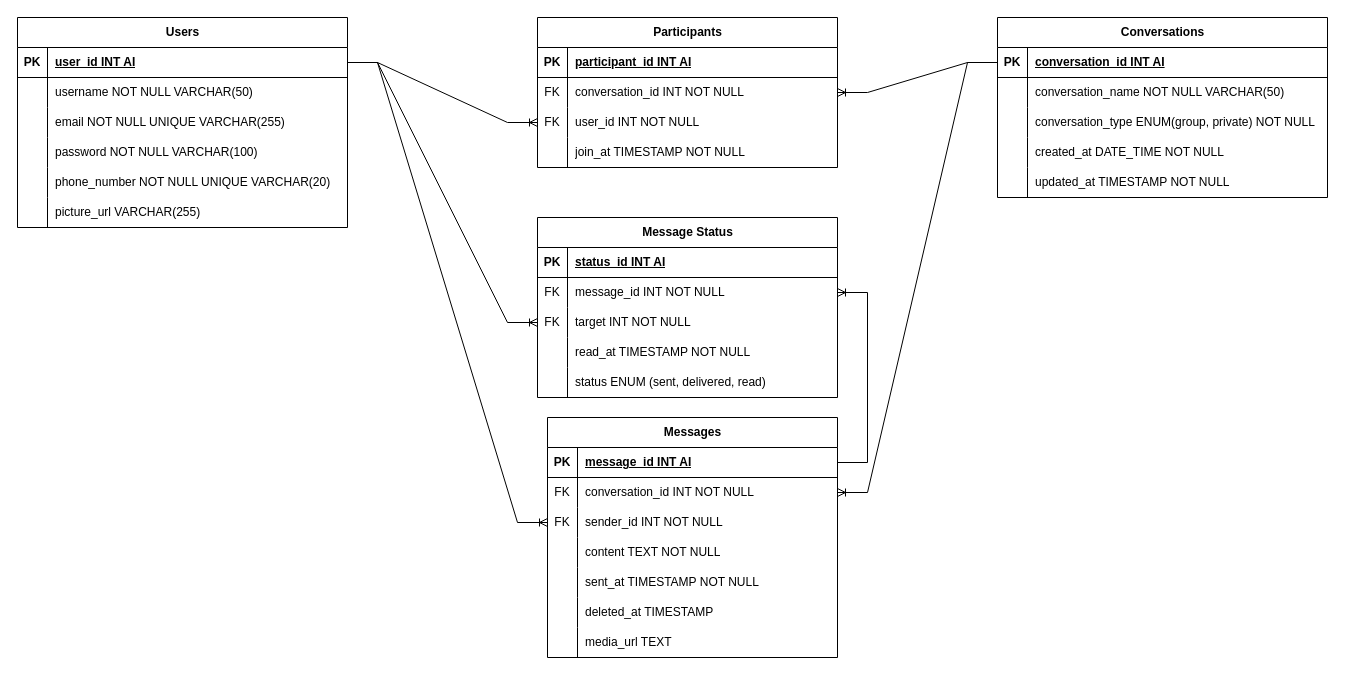
Before: system_design/drawIO.drawio in ysmnababan/naniApp, a draw.io diagram. Source tidied: cells renumbered, new cells numbered last; positions are measured from the earlier drawing's top-left corner, leaving out a move shared by most shapes. Both pictures are drawn from the tidied source at 100%, with x=0, y=0 at pixel (17, 17).
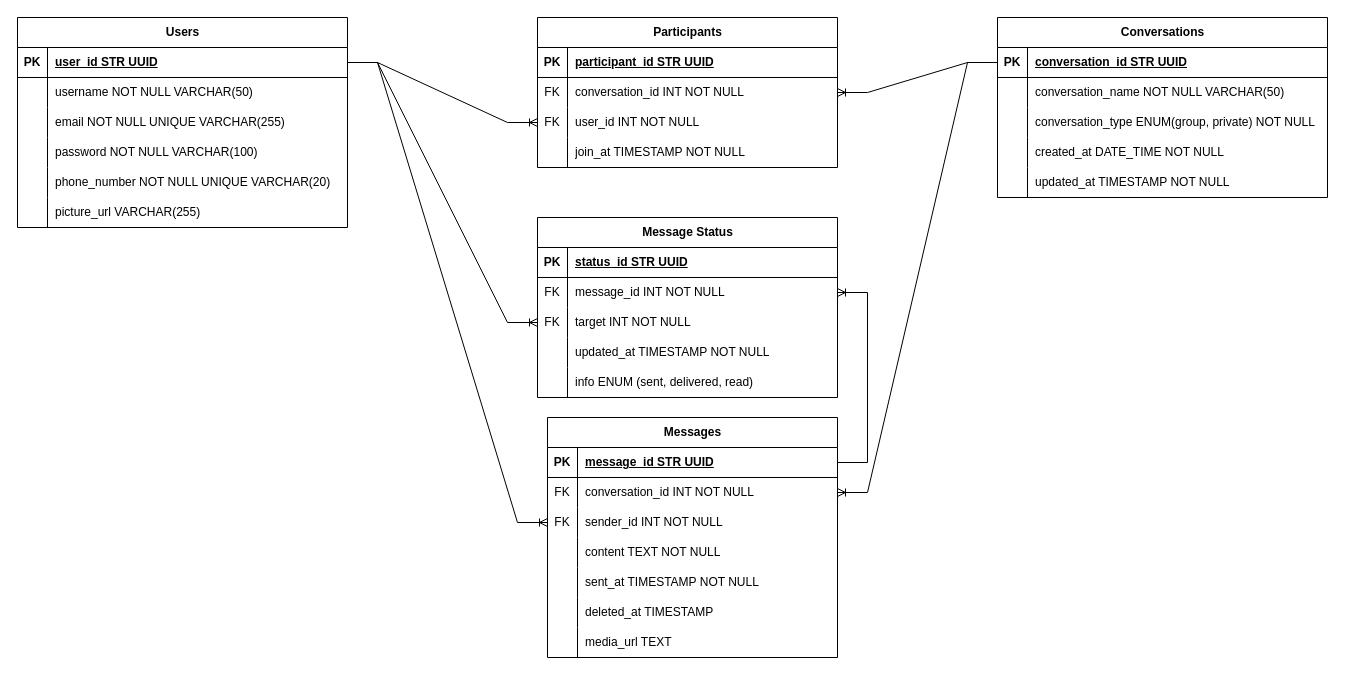
Above is the later version.

Commit message (it also covers changes not shown here):
fix: update the erd table

The change refers to these unchanged cells:
```xml
<mxCell id="3" style="shape=tableRow;horizontal=0;startSize=0;swimlaneHead=0;swimlaneBody=0;fillColor=none;points=[[0,0.5],[1,0.5]];portConstraint=eastwest;top=0;left=0;right=0;bottom=1;" parent="2" vertex="1">
  <mxGeometry y="30" width="330" height="30" as="geometry" />
</mxCell>
<mxCell id="22" style="shape=tableRow;horizontal=0;startSize=0;swimlaneHead=0;swimlaneBody=0;fillColor=none;points=[[0,0.5],[1,0.5]];portConstraint=eastwest;top=0;left=0;right=0;bottom=1;" parent="21" vertex="1">
  <mxGeometry y="30" width="330" height="30" as="geometry" />
</mxCell>
<mxCell id="38" style="shape=tableRow;horizontal=0;startSize=0;swimlaneHead=0;swimlaneBody=0;fillColor=none;top=0;left=0;right=0;bottom=1;" parent="37" vertex="1">
  <mxGeometry y="30" width="300" height="30" as="geometry" />
</mxCell>
<mxCell id="51" style="shape=tableRow;horizontal=0;startSize=0;swimlaneHead=0;swimlaneBody=0;fillColor=none;points=[[0,0.5],[1,0.5]];portConstraint=eastwest;top=0;left=0;right=0;bottom=1;" parent="50" vertex="1">
  <mxGeometry y="30" width="290" height="30" as="geometry" />
</mxCell>
<mxCell id="73" style="shape=tableRow;horizontal=0;startSize=0;swimlaneHead=0;swimlaneBody=0;fillColor=none;top=0;left=0;right=0;bottom=1;" parent="72" vertex="1">
  <mxGeometry y="30" width="300" height="30" as="geometry" />
</mxCell>
<mxCell id="82" style="shape=tableRow;horizontal=0;startSize=0;swimlaneHead=0;swimlaneBody=0;fillColor=none;top=0;left=0;right=0;bottom=0;" parent="72" vertex="1">
  <mxGeometry y="120" width="300" height="30" as="geometry" />
</mxCell>
<mxCell id="85" style="shape=tableRow;horizontal=0;startSize=0;swimlaneHead=0;swimlaneBody=0;fillColor=none;top=0;left=0;right=0;bottom=0;" parent="72" vertex="1">
  <mxGeometry y="150" width="300" height="30" as="geometry" />
</mxCell>
```

The edit, as a diff of the source:
```diff
@@
-    <mxCell id="5" value="user_id INT AI" style="shape=partialRectangle;fillColor=none;top=0;left=0;bottom=0;right=0;align=left;spacingLeft=6;fontStyle=5;overflow=hidden;whiteSpace=wrap;html=1;" parent="3" vertex="1">
+    <mxCell id="5" value="user_id STR UUID" style="shape=partialRectangle;fillColor=none;top=0;left=0;bottom=0;right=0;align=left;spacingLeft=6;fontStyle=5;overflow=hidden;whiteSpace=wrap;html=1;" parent="3" vertex="1">
       <mxGeometry x="30" width="300" height="30" as="geometry" />
     </mxCell>
@@
-    <mxCell id="24" value="conversation_id INT AI" style="shape=partialRectangle;fillColor=none;top=0;left=0;bottom=0;right=0;align=left;spacingLeft=6;fontStyle=5;overflow=hidden;whiteSpace=wrap;html=1;" parent="22" vertex="1">
+    <mxCell id="24" value="conversation_id STR UUID" style="shape=partialRectangle;fillColor=none;top=0;left=0;bottom=0;right=0;align=left;spacingLeft=6;fontStyle=5;overflow=hidden;whiteSpace=wrap;html=1;" parent="22" vertex="1">
       <mxGeometry x="30" width="300" height="30" as="geometry" />
     </mxCell>
@@
-    <mxCell id="40" value="participant_id INT AI" style="shape=partialRectangle;fillColor=none;top=0;left=0;bottom=0;right=0;align=left;spacingLeft=6;fontStyle=5;overflow=hidden;whiteSpace=wrap;html=1;" parent="38" vertex="1">
+    <mxCell id="40" value="participant_id STR UUID" style="shape=partialRectangle;fillColor=none;top=0;left=0;bottom=0;right=0;align=left;spacingLeft=6;fontStyle=5;overflow=hidden;whiteSpace=wrap;html=1;" parent="38" vertex="1">
       <mxGeometry x="30" width="270" height="30" as="geometry" />
     </mxCell>
@@
-    <mxCell id="53" value="message_id INT AI" style="shape=partialRectangle;fillColor=none;top=0;left=0;bottom=0;right=0;align=left;spacingLeft=6;fontStyle=5;overflow=hidden;whiteSpace=wrap;html=1;" parent="51" vertex="1">
+    <mxCell id="53" value="message_id STR UUID" style="shape=partialRectangle;fillColor=none;top=0;left=0;bottom=0;right=0;align=left;spacingLeft=6;fontStyle=5;overflow=hidden;whiteSpace=wrap;html=1;" parent="51" vertex="1">
       <mxGeometry x="30" width="260" height="30" as="geometry" />
     </mxCell>
@@
-    <mxCell id="75" value="status_id INT AI" style="shape=partialRectangle;fillColor=none;top=0;left=0;bottom=0;right=0;align=left;spacingLeft=6;fontStyle=5;overflow=hidden;whiteSpace=wrap;html=1;" parent="73" vertex="1">
+    <mxCell id="75" value="status_id STR UUID" style="shape=partialRectangle;fillColor=none;top=0;left=0;bottom=0;right=0;align=left;spacingLeft=6;fontStyle=5;overflow=hidden;whiteSpace=wrap;html=1;" parent="73" vertex="1">
       <mxGeometry x="30" width="270" height="30" as="geometry" />
     </mxCell>
@@
-    <mxCell id="84" value="read_at TIMESTAMP NOT NULL" style="shape=partialRectangle;fillColor=none;top=0;left=0;bottom=0;right=0;align=left;spacingLeft=6;overflow=hidden;whiteSpace=wrap;html=1;" parent="82" vertex="1">
+    <mxCell id="84" value="updated_at TIMESTAMP NOT NULL" style="shape=partialRectangle;fillColor=none;top=0;left=0;bottom=0;right=0;align=left;spacingLeft=6;overflow=hidden;whiteSpace=wrap;html=1;" parent="82" vertex="1">
       <mxGeometry x="30" width="270" height="30" as="geometry" />
     </mxCell>
@@
-    <mxCell id="87" value="status ENUM (sent, delivered, read)" style="shape=partialRectangle;fillColor=none;top=0;left=0;bottom=0;right=0;align=left;spacingLeft=6;overflow=hidden;whiteSpace=wrap;html=1;" parent="85" vertex="1">
+    <mxCell id="87" value="info ENUM (sent, delivered, read)" style="shape=partialRectangle;fillColor=none;top=0;left=0;bottom=0;right=0;align=left;spacingLeft=6;overflow=hidden;whiteSpace=wrap;html=1;" parent="85" vertex="1">
       <mxGeometry x="30" width="270" height="30" as="geometry" />
     </mxCell>
```
